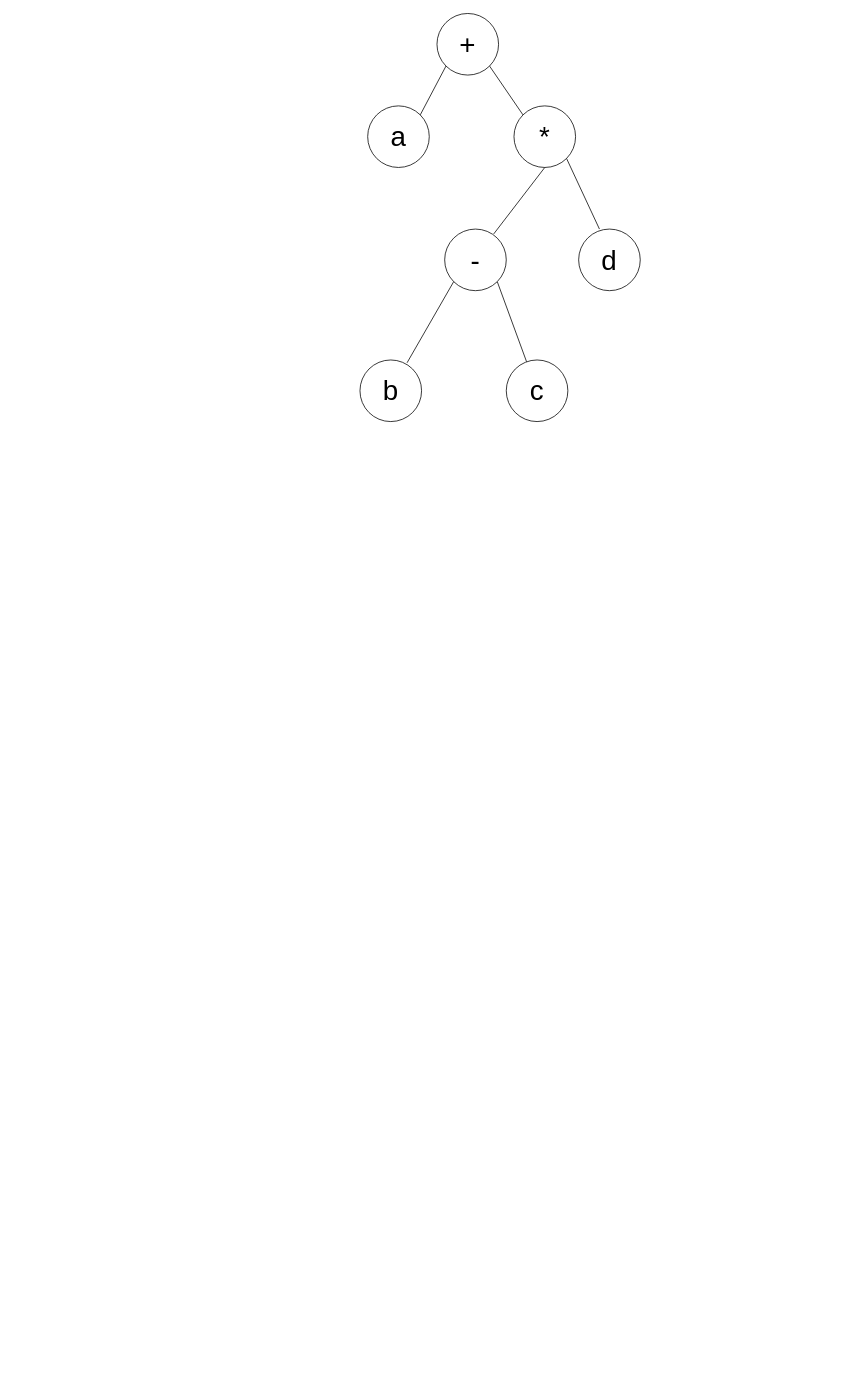
Earlier version of the draw.io diagram drawio/软考.drawio (huang-hanson/Java-CSDN). Source tidied: cells renumbered, new cells numbered last; positions are measured from the earlier drawing's top-left corner, leaving out a move shared by most shapes. Both pictures are drawn from the tidied source at 77%, with x=0, y=0 at pixel (360, 13).
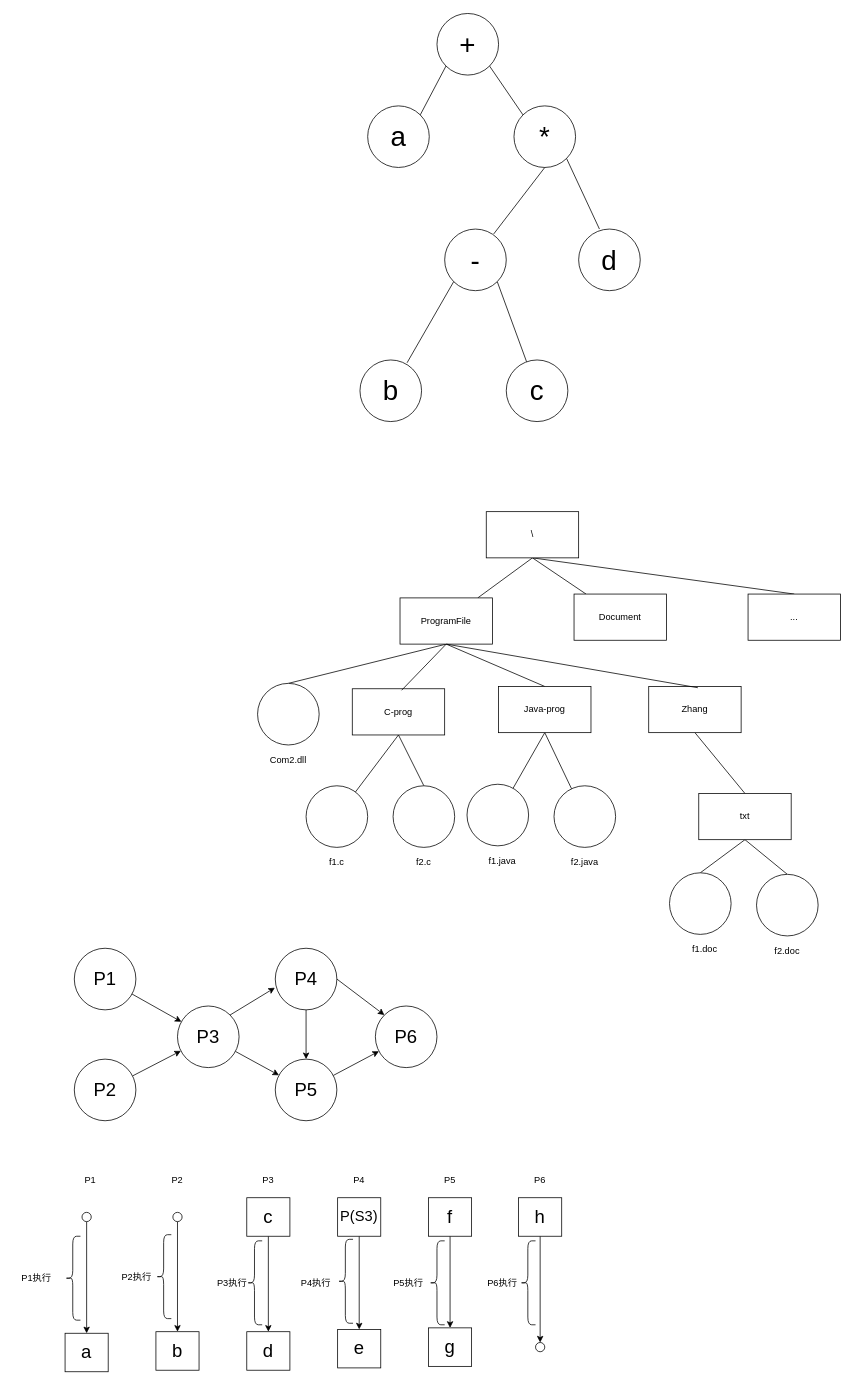
After the change.

The edit, as a diff of the source:
```diff
@@
+    <mxCell id="15" style="rounded=0;jettySize=auto;html=1;exitX=0.5;exitY=1;exitDx=0;exitDy=0;endArrow=none;endFill=1;startFill=0;" parent="1" edge="1" source="18" target="21">
+      <mxGeometry relative="1" as="geometry" />
+    </mxCell>
+    <mxCell id="16" style="rounded=0;jettySize=auto;html=1;exitX=0.5;exitY=1;exitDx=0;exitDy=0;endArrow=none;endFill=1;startFill=0;" parent="1" edge="1" source="18" target="22">
+      <mxGeometry relative="1" as="geometry" />
+    </mxCell>
+    <mxCell id="17" style="rounded=0;jettySize=auto;html=1;exitX=0.5;exitY=1;exitDx=0;exitDy=0;entryX=0.5;entryY=0;entryDx=0;entryDy=0;endArrow=none;endFill=1;startFill=0;" parent="1" edge="1" source="18" target="23">
+      <mxGeometry relative="1" as="geometry" />
+    </mxCell>
+    <mxCell id="18" value="\" style="rounded=0;whiteSpace=wrap;html=1;" parent="1" vertex="1">
+      <mxGeometry x="164" y="647" width="120" height="60" as="geometry" />
+    </mxCell>
+    <mxCell id="19" style="rounded=0;jettySize=auto;html=1;exitX=0.5;exitY=1;exitDx=0;exitDy=0;entryX=0.5;entryY=0;entryDx=0;entryDy=0;endArrow=none;endFill=1;startFill=0;" parent="1" edge="1" source="21" target="24">
+      <mxGeometry relative="1" as="geometry" />
+    </mxCell>
+    <mxCell id="20" style="rounded=0;jettySize=auto;html=1;exitX=0.5;exitY=1;exitDx=0;exitDy=0;entryX=0.5;entryY=0;entryDx=0;entryDy=0;endArrow=none;endFill=1;startFill=0;" parent="1" edge="1" source="21" target="31">
+      <mxGeometry relative="1" as="geometry" />
+    </mxCell>
+    <mxCell id="21" value="ProgramFile" style="rounded=0;whiteSpace=wrap;html=1;" parent="1" vertex="1">
+      <mxGeometry x="52" y="759" width="120" height="60" as="geometry" />
+    </mxCell>
+    <mxCell id="22" value="Document" style="rounded=0;whiteSpace=wrap;html=1;" parent="1" vertex="1">
+      <mxGeometry x="278" y="754" width="120" height="60" as="geometry" />
+    </mxCell>
+    <mxCell id="23" value="..." style="rounded=0;whiteSpace=wrap;html=1;" parent="1" vertex="1">
+      <mxGeometry x="504" y="754" width="120" height="60" as="geometry" />
+    </mxCell>
+    <mxCell id="24" style="ellipse;whiteSpace=wrap;html=1;" parent="1" vertex="1">
+      <mxGeometry x="-133" y="870" width="80" height="80" as="geometry" />
+    </mxCell>
+    <mxCell id="25" value="Com2.dll" style="text;html=1;align=center;verticalAlign=middle;whiteSpace=wrap;rounded=0;" parent="1" vertex="1">
+      <mxGeometry x="-123" y="955" width="60" height="30" as="geometry" />
+    </mxCell>
+    <mxCell id="26" style="rounded=0;jettySize=auto;html=1;exitX=0.5;exitY=1;exitDx=0;exitDy=0;endArrow=none;endFill=1;startFill=0;" parent="1" edge="1" source="28" target="34">
+      <mxGeometry relative="1" as="geometry" />
+    </mxCell>
+    <mxCell id="27" style="rounded=0;jettySize=auto;html=1;exitX=0.5;exitY=1;exitDx=0;exitDy=0;entryX=0.5;entryY=0;entryDx=0;entryDy=0;endArrow=none;endFill=1;startFill=0;" parent="1" edge="1" source="28" target="36">
+      <mxGeometry relative="1" as="geometry" />
+    </mxCell>
+    <mxCell id="28" value="C-prog" style="rounded=0;whiteSpace=wrap;html=1;" parent="1" vertex="1">
+      <mxGeometry x="-10" y="877" width="120" height="60" as="geometry" />
+    </mxCell>
+    <mxCell id="29" style="rounded=0;jettySize=auto;html=1;exitX=0.5;exitY=1;exitDx=0;exitDy=0;endArrow=none;endFill=1;startFill=0;" parent="1" edge="1" source="31" target="38">
+      <mxGeometry relative="1" as="geometry" />
+    </mxCell>
+    <mxCell id="30" style="rounded=0;jettySize=auto;html=1;exitX=0.5;exitY=1;exitDx=0;exitDy=0;endArrow=none;endFill=1;startFill=0;" parent="1" edge="1" source="31" target="40">
+      <mxGeometry relative="1" as="geometry" />
+    </mxCell>
+    <mxCell id="31" value="Java-prog" style="rounded=0;whiteSpace=wrap;html=1;" parent="1" vertex="1">
+      <mxGeometry x="180" y="874" width="120" height="60" as="geometry" />
+    </mxCell>
+    <mxCell id="32" style="rounded=0;jettySize=auto;html=1;exitX=0.5;exitY=1;exitDx=0;exitDy=0;entryX=0.5;entryY=0;entryDx=0;entryDy=0;endArrow=none;endFill=1;startFill=0;" parent="1" edge="1" source="33" target="44">
+      <mxGeometry relative="1" as="geometry" />
+    </mxCell>
+    <mxCell id="33" value="Zhang" style="rounded=0;whiteSpace=wrap;html=1;" parent="1" vertex="1">
+      <mxGeometry x="375" y="874" width="120" height="60" as="geometry" />
+    </mxCell>
+    <mxCell id="34" style="ellipse;whiteSpace=wrap;html=1;" parent="1" vertex="1">
+      <mxGeometry x="-70" y="1003" width="80" height="80" as="geometry" />
+    </mxCell>
+    <mxCell id="35" value="f1.c" style="text;html=1;align=center;verticalAlign=middle;whiteSpace=wrap;rounded=0;" parent="1" vertex="1">
+      <mxGeometry x="-60" y="1088" width="60" height="30" as="geometry" />
+    </mxCell>
+    <mxCell id="36" style="ellipse;whiteSpace=wrap;html=1;" parent="1" vertex="1">
+      <mxGeometry x="43" y="1003" width="80" height="80" as="geometry" />
+    </mxCell>
+    <mxCell id="37" value="f2.c" style="text;html=1;align=center;verticalAlign=middle;whiteSpace=wrap;rounded=0;" parent="1" vertex="1">
+      <mxGeometry x="53" y="1088" width="60" height="30" as="geometry" />
+    </mxCell>
+    <mxCell id="38" style="ellipse;whiteSpace=wrap;html=1;" parent="1" vertex="1">
+      <mxGeometry x="139" y="1001" width="80" height="80" as="geometry" />
+    </mxCell>
+    <mxCell id="39" value="f1.java" style="text;html=1;align=center;verticalAlign=middle;whiteSpace=wrap;rounded=0;" parent="1" vertex="1">
+      <mxGeometry x="155" y="1086" width="60" height="30" as="geometry" />
+    </mxCell>
+    <mxCell id="40" style="ellipse;whiteSpace=wrap;html=1;" parent="1" vertex="1">
+      <mxGeometry x="252" y="1003" width="80" height="80" as="geometry" />
+    </mxCell>
+    <mxCell id="41" value="f2.java" style="text;html=1;align=center;verticalAlign=middle;whiteSpace=wrap;rounded=0;" parent="1" vertex="1">
+      <mxGeometry x="262" y="1088" width="60" height="30" as="geometry" />
+    </mxCell>
+    <mxCell id="42" style="rounded=0;jettySize=auto;html=1;exitX=0.5;exitY=1;exitDx=0;exitDy=0;entryX=0.5;entryY=0;entryDx=0;entryDy=0;endArrow=none;endFill=1;startFill=0;" parent="1" edge="1" source="44" target="45">
+      <mxGeometry relative="1" as="geometry" />
+    </mxCell>
+    <mxCell id="43" style="rounded=0;jettySize=auto;html=1;exitX=0.5;exitY=1;exitDx=0;exitDy=0;entryX=0.5;entryY=0;entryDx=0;entryDy=0;endArrow=none;endFill=1;startFill=0;" parent="1" edge="1" source="44" target="47">
+      <mxGeometry relative="1" as="geometry" />
+    </mxCell>
+    <mxCell id="44" value="txt" style="rounded=0;whiteSpace=wrap;html=1;" parent="1" vertex="1">
+      <mxGeometry x="440" y="1013" width="120" height="60" as="geometry" />
+    </mxCell>
+    <mxCell id="45" style="ellipse;whiteSpace=wrap;html=1;" parent="1" vertex="1">
+      <mxGeometry x="402" y="1116" width="80" height="80" as="geometry" />
+    </mxCell>
+    <mxCell id="46" value="f1.doc" style="text;html=1;align=center;verticalAlign=middle;whiteSpace=wrap;rounded=0;" parent="1" vertex="1">
+      <mxGeometry x="418" y="1201" width="60" height="30" as="geometry" />
+    </mxCell>
+    <mxCell id="47" style="ellipse;whiteSpace=wrap;html=1;" parent="1" vertex="1">
+      <mxGeometry x="515" y="1118" width="80" height="80" as="geometry" />
+    </mxCell>
+    <mxCell id="48" value="f2.doc" style="text;html=1;align=center;verticalAlign=middle;whiteSpace=wrap;rounded=0;" parent="1" vertex="1">
+      <mxGeometry x="525" y="1203" width="60" height="30" as="geometry" />
+    </mxCell>
+    <mxCell id="49" style="rounded=0;jettySize=auto;html=1;exitX=0.5;exitY=1;exitDx=0;exitDy=0;entryX=0.534;entryY=0.033;entryDx=0;entryDy=0;entryPerimeter=0;endArrow=none;endFill=1;startFill=0;" parent="1" edge="1" source="21" target="28">
+      <mxGeometry relative="1" as="geometry" />
+    </mxCell>
+    <mxCell id="50" style="rounded=0;jettySize=auto;html=1;exitX=0.5;exitY=1;exitDx=0;exitDy=0;entryX=0.532;entryY=0.028;entryDx=0;entryDy=0;entryPerimeter=0;endArrow=none;endFill=1;startFill=0;" parent="1" edge="1" source="21" target="33">
+      <mxGeometry relative="1" as="geometry" />
+    </mxCell>
+    <mxCell id="51" style="rounded=0;jettySize=auto;html=1;" parent="1" edge="1" source="52" target="56">
+      <mxGeometry relative="1" as="geometry" />
+    </mxCell>
+    <mxCell id="52" value="P1" style="ellipse;whiteSpace=wrap;html=1;fontSize=24;" parent="1" vertex="1">
+      <mxGeometry x="-371" y="1214" width="80" height="80" as="geometry" />
+    </mxCell>
+    <mxCell id="53" style="rounded=0;jettySize=auto;html=1;" parent="1" edge="1" source="54" target="56">
+      <mxGeometry relative="1" as="geometry" />
+    </mxCell>
+    <mxCell id="54" value="P2" style="ellipse;whiteSpace=wrap;html=1;fontSize=24;" parent="1" vertex="1">
+      <mxGeometry x="-371" y="1358" width="80" height="80" as="geometry" />
+    </mxCell>
+    <mxCell id="55" style="rounded=0;jettySize=auto;html=1;" parent="1" edge="1" source="56" target="61">
+      <mxGeometry relative="1" as="geometry" />
+    </mxCell>
+    <mxCell id="56" value="P3" style="ellipse;whiteSpace=wrap;html=1;fontSize=24;" parent="1" vertex="1">
+      <mxGeometry x="-237" y="1289" width="80" height="80" as="geometry" />
+    </mxCell>
+    <mxCell id="57" style="rounded=0;jettySize=auto;html=1;" parent="1" edge="1" source="59" target="61">
+      <mxGeometry relative="1" as="geometry" />
+    </mxCell>
+    <mxCell id="58" style="rounded=0;jettySize=auto;html=1;exitX=1;exitY=0.5;exitDx=0;exitDy=0;entryX=0;entryY=0;entryDx=0;entryDy=0;" parent="1" edge="1" source="59" target="62">
+      <mxGeometry relative="1" as="geometry" />
+    </mxCell>
+    <mxCell id="59" value="P4" style="ellipse;whiteSpace=wrap;html=1;fontSize=24;" parent="1" vertex="1">
+      <mxGeometry x="-110" y="1214" width="80" height="80" as="geometry" />
+    </mxCell>
+    <mxCell id="60" style="rounded=0;jettySize=auto;html=1;" parent="1" edge="1" source="61" target="62">
+      <mxGeometry relative="1" as="geometry" />
+    </mxCell>
+    <mxCell id="61" value="P5" style="ellipse;whiteSpace=wrap;html=1;fontSize=24;" parent="1" vertex="1">
+      <mxGeometry x="-110" y="1358" width="80" height="80" as="geometry" />
+    </mxCell>
+    <mxCell id="62" value="P6" style="ellipse;whiteSpace=wrap;html=1;fontSize=24;" parent="1" vertex="1">
+      <mxGeometry x="20" y="1289" width="80" height="80" as="geometry" />
+    </mxCell>
+    <mxCell id="63" style="rounded=0;jettySize=auto;html=1;exitX=1;exitY=0;exitDx=0;exitDy=0;entryX=-0.006;entryY=0.641;entryDx=0;entryDy=0;entryPerimeter=0;" parent="1" edge="1" source="56" target="59">
+      <mxGeometry relative="1" as="geometry" />
+    </mxCell>
+    <mxCell id="64" value="a" style="rounded=0;whiteSpace=wrap;html=1;fontSize=24;" parent="1" vertex="1">
+      <mxGeometry x="-383" y="1714" width="56" height="50" as="geometry" />
+    </mxCell>
+    <mxCell id="65" value="d" style="rounded=0;whiteSpace=wrap;html=1;fontSize=24;" parent="1" vertex="1">
+      <mxGeometry x="-147" y="1712" width="56" height="50" as="geometry" />
+    </mxCell>
+    <mxCell id="66" value="b" style="rounded=0;whiteSpace=wrap;html=1;fontSize=24;" parent="1" vertex="1">
+      <mxGeometry x="-265" y="1712" width="56" height="50" as="geometry" />
+    </mxCell>
+    <mxCell id="67" value="e" style="rounded=0;whiteSpace=wrap;html=1;fontSize=24;" parent="1" vertex="1">
+      <mxGeometry x="-29" y="1709" width="56" height="50" as="geometry" />
+    </mxCell>
+    <mxCell id="68" value="g" style="rounded=0;whiteSpace=wrap;html=1;fontSize=24;" parent="1" vertex="1">
+      <mxGeometry x="89" y="1707" width="56" height="50" as="geometry" />
+    </mxCell>
+    <mxCell id="69" style="edgeStyle=orthogonalEdgeStyle;rounded=0;jettySize=auto;html=1;exitX=0.5;exitY=1;exitDx=0;exitDy=0;" parent="1" edge="1" source="70" target="64">
+      <mxGeometry relative="1" as="geometry" />
+    </mxCell>
+    <mxCell id="70" style="ellipse;whiteSpace=wrap;html=1;" parent="1" vertex="1">
+      <mxGeometry x="-361" y="1557" width="12" height="12" as="geometry" />
+    </mxCell>
+    <mxCell id="71" style="edgeStyle=orthogonalEdgeStyle;rounded=0;jettySize=auto;html=1;exitX=0.5;exitY=1;exitDx=0;exitDy=0;entryX=0.5;entryY=0;entryDx=0;entryDy=0;" parent="1" edge="1" source="72" target="66">
+      <mxGeometry relative="1" as="geometry" />
+    </mxCell>
+    <mxCell id="72" style="ellipse;whiteSpace=wrap;html=1;" parent="1" vertex="1">
+      <mxGeometry x="-243" y="1557" width="12" height="12" as="geometry" />
+    </mxCell>
+    <mxCell id="73" style="edgeStyle=orthogonalEdgeStyle;rounded=0;jettySize=auto;html=1;exitX=0.5;exitY=1;exitDx=0;exitDy=0;entryX=0.5;entryY=0;entryDx=0;entryDy=0;" parent="1" edge="1" source="74" target="65">
+      <mxGeometry relative="1" as="geometry" />
+    </mxCell>
+    <mxCell id="74" value="c" style="rounded=0;whiteSpace=wrap;html=1;fontSize=24;" parent="1" vertex="1">
+      <mxGeometry x="-147" y="1538" width="56" height="50" as="geometry" />
+    </mxCell>
+    <mxCell id="75" style="edgeStyle=orthogonalEdgeStyle;rounded=0;jettySize=auto;html=1;exitX=0.5;exitY=1;exitDx=0;exitDy=0;" parent="1" edge="1" source="76" target="67">
+      <mxGeometry relative="1" as="geometry" />
+    </mxCell>
+    <mxCell id="76" value="P(S3)" style="rounded=0;whiteSpace=wrap;html=1;fontSize=19;" parent="1" vertex="1">
+      <mxGeometry x="-29" y="1538" width="56" height="50" as="geometry" />
+    </mxCell>
+    <mxCell id="77" style="edgeStyle=orthogonalEdgeStyle;rounded=0;jettySize=auto;html=1;exitX=0.5;exitY=1;exitDx=0;exitDy=0;" parent="1" edge="1" source="78" target="68">
+      <mxGeometry relative="1" as="geometry" />
+    </mxCell>
+    <mxCell id="78" value="f" style="rounded=0;whiteSpace=wrap;html=1;fontSize=24;" parent="1" vertex="1">
+      <mxGeometry x="89" y="1538" width="56" height="50" as="geometry" />
+    </mxCell>
+    <mxCell id="79" style="edgeStyle=orthogonalEdgeStyle;rounded=0;jettySize=auto;html=1;exitX=0.5;exitY=1;exitDx=0;exitDy=0;entryX=0.5;entryY=0;entryDx=0;entryDy=0;" parent="1" edge="1" source="80" target="81">
+      <mxGeometry relative="1" as="geometry" />
+    </mxCell>
+    <mxCell id="80" value="h" style="rounded=0;whiteSpace=wrap;html=1;fontSize=24;" parent="1" vertex="1">
+      <mxGeometry x="206" y="1538" width="56" height="50" as="geometry" />
+    </mxCell>
+    <mxCell id="81" style="ellipse;whiteSpace=wrap;html=1;" parent="1" vertex="1">
+      <mxGeometry x="228" y="1726" width="12" height="12" as="geometry" />
+    </mxCell>
+    <mxCell id="82" style="shape=curlyBracket;whiteSpace=wrap;html=1;rounded=1;labelPosition=left;verticalLabelPosition=middle;align=right;verticalAlign=middle;" parent="1" vertex="1">
+      <mxGeometry x="-147" y="1594" width="20" height="109" as="geometry" />
+    </mxCell>
+    <mxCell id="83" style="shape=curlyBracket;whiteSpace=wrap;html=1;rounded=1;labelPosition=left;verticalLabelPosition=middle;align=right;verticalAlign=middle;" parent="1" vertex="1">
+      <mxGeometry x="-265" y="1586" width="20" height="109" as="geometry" />
+    </mxCell>
+    <mxCell id="84" style="shape=curlyBracket;whiteSpace=wrap;html=1;rounded=1;labelPosition=left;verticalLabelPosition=middle;align=right;verticalAlign=middle;" parent="1" vertex="1">
+      <mxGeometry x="-383" y="1588" width="20" height="109" as="geometry" />
+    </mxCell>
+    <mxCell id="85" style="shape=curlyBracket;whiteSpace=wrap;html=1;rounded=1;labelPosition=left;verticalLabelPosition=middle;align=right;verticalAlign=middle;" parent="1" vertex="1">
+      <mxGeometry x="-29" y="1592" width="20" height="109" as="geometry" />
+    </mxCell>
+    <mxCell id="86" style="shape=curlyBracket;whiteSpace=wrap;html=1;rounded=1;labelPosition=left;verticalLabelPosition=middle;align=right;verticalAlign=middle;" parent="1" vertex="1">
+      <mxGeometry x="90" y="1594" width="20" height="109" as="geometry" />
+    </mxCell>
+    <mxCell id="87" style="shape=curlyBracket;whiteSpace=wrap;html=1;rounded=1;labelPosition=left;verticalLabelPosition=middle;align=right;verticalAlign=middle;" parent="1" vertex="1">
+      <mxGeometry x="208" y="1594" width="20" height="109" as="geometry" />
+    </mxCell>
+    <mxCell id="88" value="P1" style="text;html=1;align=center;verticalAlign=middle;whiteSpace=wrap;rounded=0;" parent="1" vertex="1">
+      <mxGeometry x="-380" y="1501" width="60" height="30" as="geometry" />
+    </mxCell>
+    <mxCell id="89" value="P2" style="text;html=1;align=center;verticalAlign=middle;whiteSpace=wrap;rounded=0;" parent="1" vertex="1">
+      <mxGeometry x="-267" y="1501" width="60" height="30" as="geometry" />
+    </mxCell>
+    <mxCell id="90" value="P3" style="text;html=1;align=center;verticalAlign=middle;whiteSpace=wrap;rounded=0;" parent="1" vertex="1">
+      <mxGeometry x="-149" y="1501" width="60" height="30" as="geometry" />
+    </mxCell>
+    <mxCell id="91" value="P4" style="text;html=1;align=center;verticalAlign=middle;whiteSpace=wrap;rounded=0;" parent="1" vertex="1">
+      <mxGeometry x="-31" y="1501" width="60" height="30" as="geometry" />
+    </mxCell>
+    <mxCell id="92" value="P5" style="text;html=1;align=center;verticalAlign=middle;whiteSpace=wrap;rounded=0;" parent="1" vertex="1">
+      <mxGeometry x="87" y="1501" width="60" height="30" as="geometry" />
+    </mxCell>
+    <mxCell id="93" value="P6" style="text;html=1;align=center;verticalAlign=middle;whiteSpace=wrap;rounded=0;" parent="1" vertex="1">
+      <mxGeometry x="204" y="1501" width="60" height="30" as="geometry" />
+    </mxCell>
+    <mxCell id="94" value="P1执行" style="text;html=1;align=center;verticalAlign=middle;whiteSpace=wrap;rounded=0;" parent="1" vertex="1">
+      <mxGeometry x="-450" y="1627.5" width="60" height="30" as="geometry" />
+    </mxCell>
+    <mxCell id="95" value="P2执行" style="text;html=1;align=center;verticalAlign=middle;whiteSpace=wrap;rounded=0;" parent="1" vertex="1">
+      <mxGeometry x="-320" y="1625.5" width="60" height="30" as="geometry" />
+    </mxCell>
+    <mxCell id="96" value="P3执行" style="text;html=1;align=center;verticalAlign=middle;whiteSpace=wrap;rounded=0;" parent="1" vertex="1">
+      <mxGeometry x="-196" y="1633.5" width="60" height="30" as="geometry" />
+    </mxCell>
+    <mxCell id="97" value="P4执行" style="text;html=1;align=center;verticalAlign=middle;whiteSpace=wrap;rounded=0;" parent="1" vertex="1">
+      <mxGeometry x="-87" y="1633.5" width="60" height="30" as="geometry" />
+    </mxCell>
+    <mxCell id="98" value="P5执行" style="text;html=1;align=center;verticalAlign=middle;whiteSpace=wrap;rounded=0;" parent="1" vertex="1">
+      <mxGeometry x="33" y="1633.5" width="60" height="30" as="geometry" />
+    </mxCell>
+    <mxCell id="99" value="P6执行" style="text;html=1;align=center;verticalAlign=middle;whiteSpace=wrap;rounded=0;" parent="1" vertex="1">
+      <mxGeometry x="155" y="1633.5" width="60" height="30" as="geometry" />
+    </mxCell>
```
